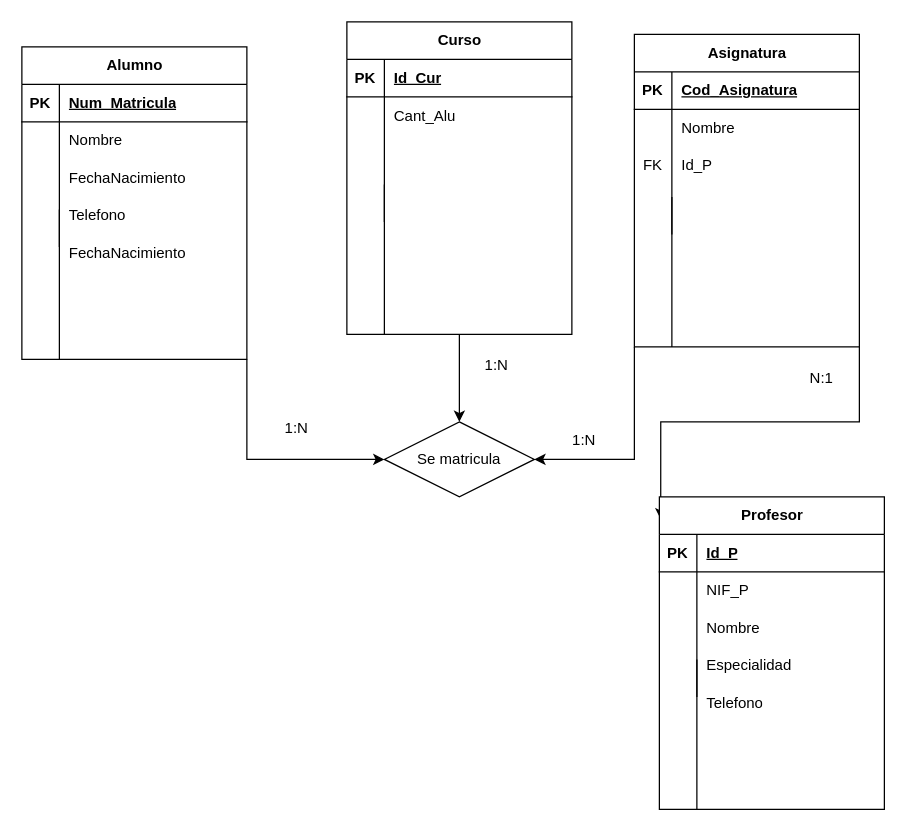
Before: EJ 2.drawio in Palermukii/prueba2, a draw.io diagram. Source tidied: cells renumbered, new cells numbered last; positions are measured from the earlier drawing's top-left corner, leaving out a move shared by most shapes. Both pictures are drawn from the tidied source at 125%, with x=0, y=0 at pixel (21, 21).
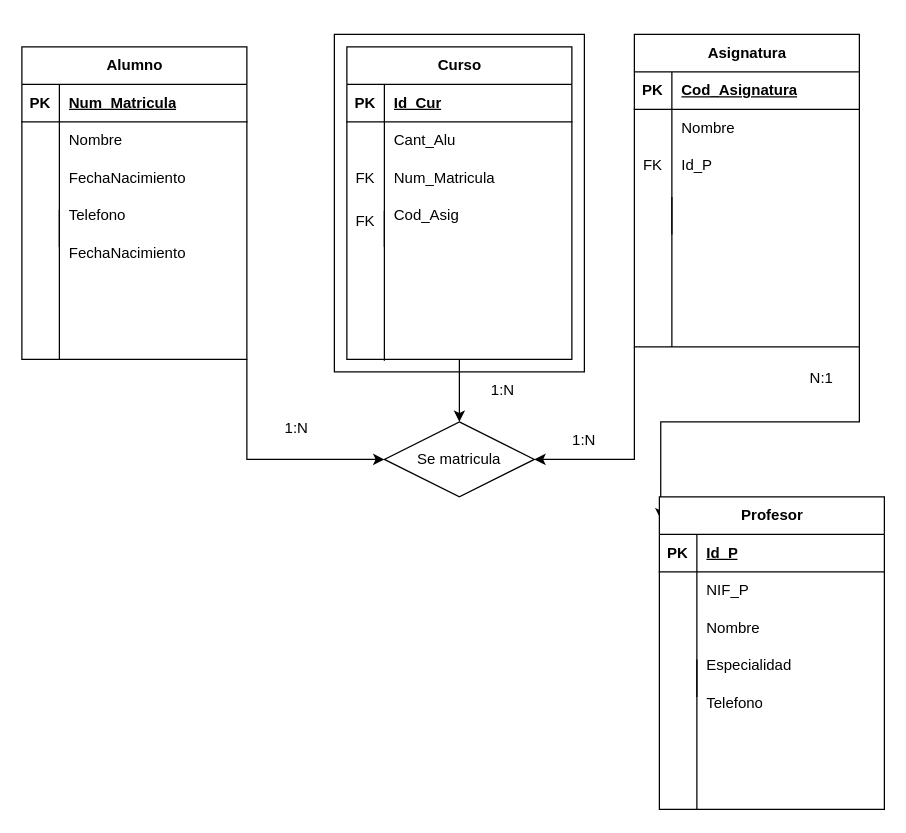
Above is the later version.

Unchanged cells that the change refers to:
```xml
<mxCell id="47" style="shape=tableRow;horizontal=0;startSize=0;swimlaneHead=0;swimlaneBody=0;fillColor=none;top=0;left=0;right=0;bottom=0;" parent="40" vertex="1">
  <mxGeometry y="90" width="180" height="30" as="geometry" />
</mxCell>
<mxCell id="50" style="shape=tableRow;horizontal=0;startSize=0;swimlaneHead=0;swimlaneBody=0;fillColor=none;top=0;left=0;right=0;bottom=0;" parent="40" vertex="1">
  <mxGeometry y="120" width="180" height="40" as="geometry" />
</mxCell>
```

Change to the diagram source:
```diff
@@
+    <mxCell id="77" style="whiteSpace=wrap;html=1;" parent="1" vertex="1">
+      <mxGeometry x="250" y="10" width="200" height="270" as="geometry" />
+    </mxCell>
@@
     <mxCell id="40" value="Curso" style="shape=table;startSize=30;childLayout=tableLayout;rowLines=0;fontStyle=1;align=center;html=1;" parent="1" vertex="1">
-      <mxGeometry x="260" width="180" height="250" as="geometry" />
+      <mxGeometry x="260" y="20" width="180" height="250" as="geometry" />
     </mxCell>
@@
-    <mxCell id="48" style="shape=partialRectangle;fillColor=none;top=0;left=0;bottom=0;right=0;overflow=hidden;whiteSpace=wrap;html=1;" parent="47" vertex="1">
+    <mxCell id="48" value="FK" style="shape=partialRectangle;fillColor=none;top=0;left=0;bottom=0;right=0;overflow=hidden;whiteSpace=wrap;html=1;" parent="47" vertex="1">
       <mxGeometry width="30" height="30" as="geometry" />
     </mxCell>
@@
-    <mxCell id="51" style="shape=partialRectangle;fillColor=none;top=0;left=0;bottom=0;right=0;overflow=hidden;whiteSpace=wrap;html=1;" parent="50" vertex="1">
+    <mxCell id="51" value="FK" style="shape=partialRectangle;fillColor=none;top=0;left=0;bottom=0;right=0;overflow=hidden;whiteSpace=wrap;html=1;" parent="50" vertex="1">
       <mxGeometry width="30" height="40" as="geometry" />
     </mxCell>
@@
     <mxCell id="54" style="endArrow=none;html=1;rounded=0;" parent="1" edge="1">
       <mxGeometry relative="1" as="geometry">
-        <mxPoint x="290" y="130" as="sourcePoint" />
-        <mxPoint x="290" y="250" as="targetPoint" />
+        <mxPoint x="290" y="151" as="sourcePoint" />
+        <mxPoint x="290" y="271" as="targetPoint" />
       </mxGeometry>
     </mxCell>
@@
     <mxCell id="72" value="Cant_Alu" style="shape=partialRectangle;fillColor=none;top=0;left=0;bottom=0;right=0;align=left;spacingLeft=6;overflow=hidden;whiteSpace=wrap;html=1;" parent="1" vertex="1">
-      <mxGeometry x="290" y="61" width="150" height="30" as="geometry" />
+      <mxGeometry x="290" y="80" width="150" height="30" as="geometry" />
     </mxCell>
@@
     <mxCell id="74" value="1:N" style="text;strokeColor=none;align=center;fillColor=none;html=1;verticalAlign=middle;whiteSpace=wrap;rounded=0;" parent="1" vertex="1">
-      <mxGeometry x="350" y="260" width="60" height="30" as="geometry" />
+      <mxGeometry x="355" y="280" width="60" height="30" as="geometry" />
     </mxCell>
@@
+    <mxCell id="78" value="Num_Matricula" style="shape=partialRectangle;fillColor=none;top=0;left=0;bottom=0;right=0;align=left;spacingLeft=6;overflow=hidden;whiteSpace=wrap;html=1;" parent="1" vertex="1">
+      <mxGeometry x="290" y="110" width="150" height="30" as="geometry" />
+    </mxCell>
+    <mxCell id="79" value="Cod_Asig" style="shape=partialRectangle;fillColor=none;top=0;left=0;bottom=0;right=0;align=left;spacingLeft=6;overflow=hidden;whiteSpace=wrap;html=1;" parent="1" vertex="1">
+      <mxGeometry x="290" y="140" width="150" height="30" as="geometry" />
+    </mxCell>
```
